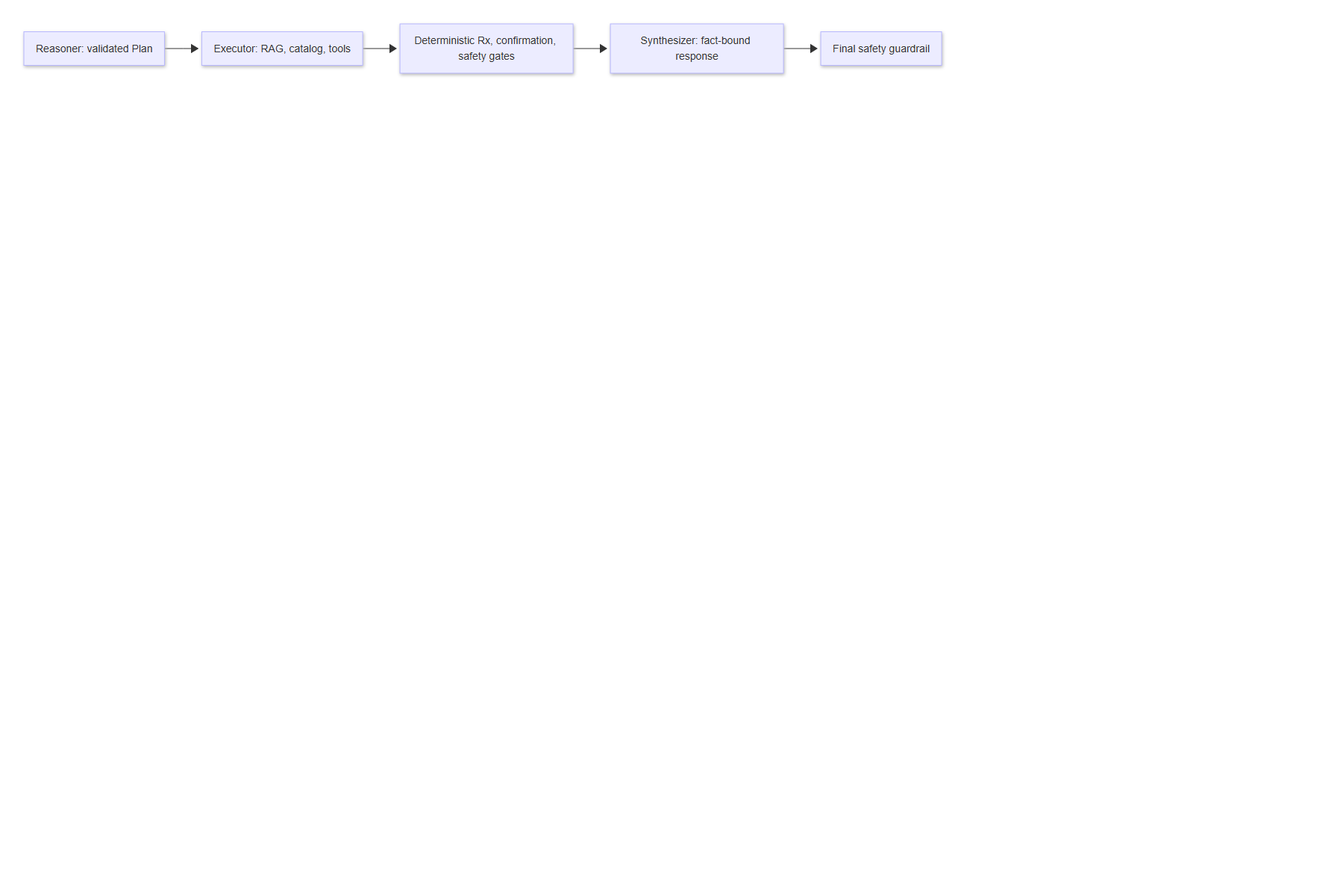
RowanFayez/ShifaPharmacy_AISales_CustomerServiceAgent keeps this Mermaid diagram as docs/diagrams/res.png. Above is the earlier version. Its source is kept beside it as docs/diagrams/res.mmd.
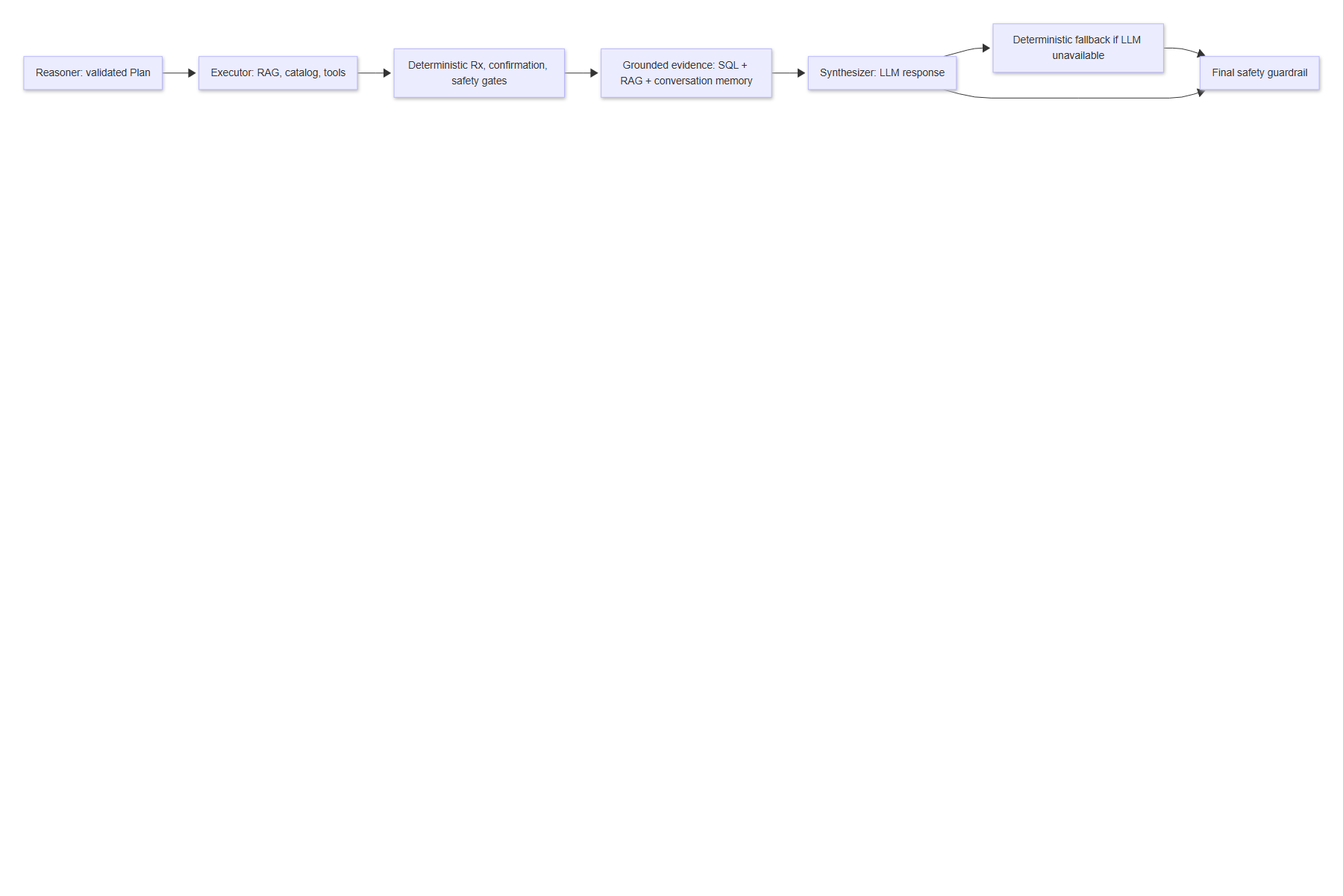
The same file after the commit.

Diff of the diagram source:
```diff
@@ -1,5 +1,8 @@
 flowchart LR
   Reasoner[Reasoner: validated Plan] --> Executor[Executor: RAG, catalog, tools]
   Executor --> Gates[Deterministic Rx, confirmation, safety gates]
-  Gates --> Synthesizer[Synthesizer: fact-bound response]
+  Gates --> Evidence[Grounded evidence: SQL + RAG + conversation memory]
+  Evidence --> Synthesizer[Synthesizer: LLM response]
+  Synthesizer --> Fallback[Deterministic fallback if LLM unavailable]
+  Fallback --> Guardrail
   Synthesizer --> Guardrail[Final safety guardrail]
```
